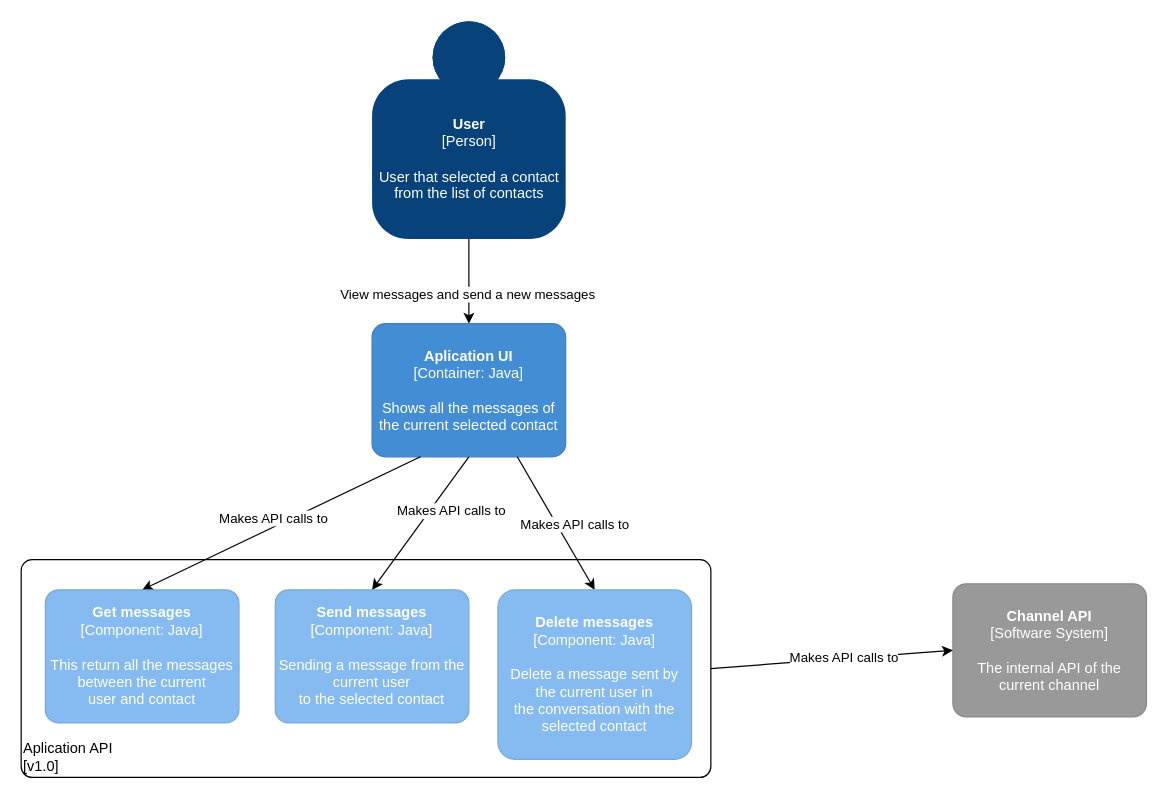
This is page "Component-Diagram" (3 of 3) of C4/C4-Messaging-Module.drawio from HristeaIonut/Morse-Diagrams, a draw.io file, before an edit. Source tidied: cells renumbered, new cells numbered last; positions are measured from the earlier drawing's top-left corner, leaving out a move shared by most shapes. Both pictures are drawn from the tidied source at 121%, with x=0, y=0 at pixel (21, 21).
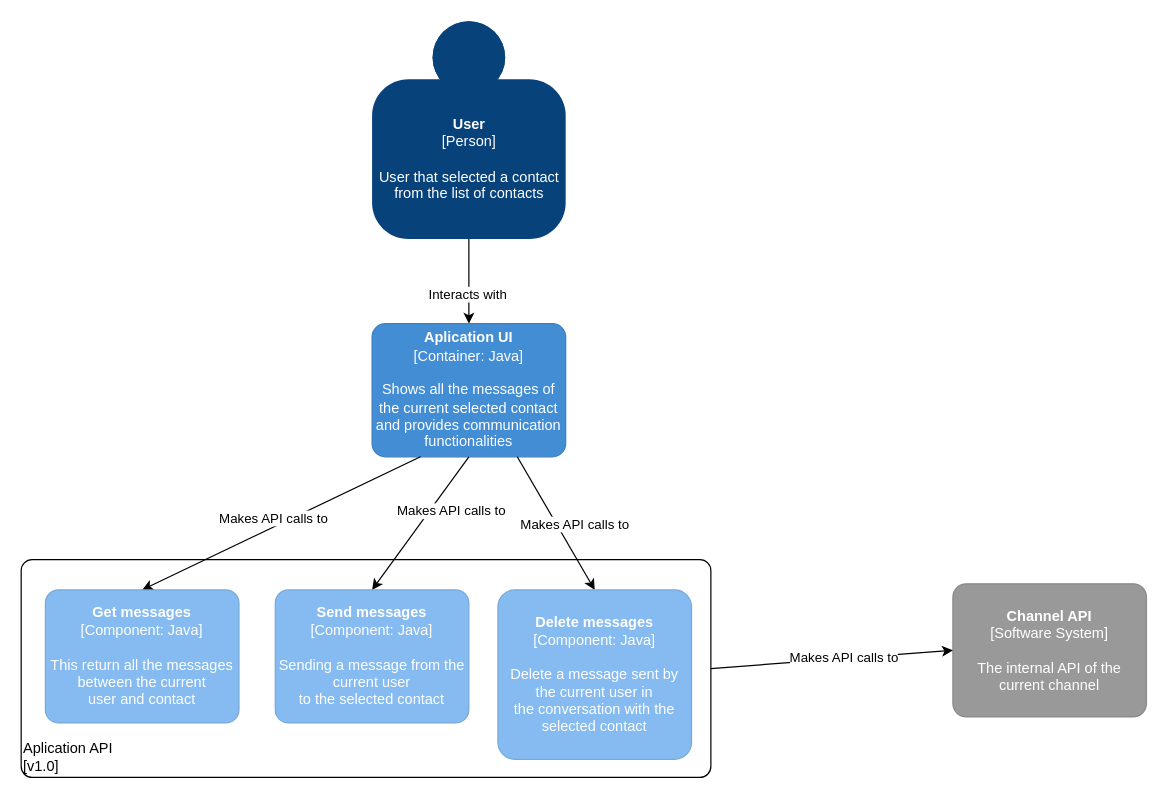
The same page after the edit.

Unchanged cells that the change refers to:
```xml
<mxCell id="3" style="endArrow=classic;html=1;entryX=0.5;entryY=0;entryDx=0;entryDy=0;entryPerimeter=0;exitX=0.5;exitY=1;exitDx=0;exitDy=0;exitPerimeter=0;" parent="1" edge="1" source="2" target="5">
  <mxGeometry relative="1" as="geometry" />
</mxCell>
```

The edit, as a diff of the source:
```diff
@@
-    <mxCell id="4" value="View messages and send a new messages" style="edgeLabel;html=1;align=center;verticalAlign=middle;" parent="3" vertex="1">
+    <mxCell id="4" value="Interacts with" style="edgeLabel;html=1;align=center;verticalAlign=middle;" parent="3" vertex="1">
       <mxGeometry x="0.28" y="-2" relative="1" as="geometry" />
     </mxCell>
-    <object id="5" label="&lt;b&gt;%c4Name%&lt;/b&gt;&lt;div&gt;[%c4Type%: %c4Technology%]&lt;/div&gt;&lt;br&gt;&lt;div&gt;%c4Description%&lt;/div&gt;" c4Description="Shows all the messages of the current selected contact" c4Name="Aplication UI" c4Technology="Java" c4Type="Container" placeholders="1">
+    <object id="5" label="&lt;b&gt;%c4Name%&lt;/b&gt;&lt;div&gt;[%c4Type%: %c4Technology%]&lt;/div&gt;&lt;br&gt;&lt;div&gt;%c4Description%&lt;/div&gt;" c4Description="Shows all the messages of the current selected contact and provides communication functionalities" c4Name="Aplication UI" c4Technology="Java" c4Type="Container" placeholders="1">
       <mxCell style="rounded=1;whiteSpace=wrap;html=1;labelBackgroundColor=none;fillColor=#438DD5;fontColor=#ffffff;align=center;arcSize=10;strokeColor=#3C7FC0;metaData={&quot;c4Type&quot;:{&quot;editable&quot;:false}};points=[[0.25,0,0],[0.5,0,0],[0.75,0,0],[1,0.25,0],[1,0.5,0],[1,0.75,0],[0.75,1,0],[0.5,1,0],[0.25,1,0],[0,0.75,0],[0,0.5,0],[0,0.25,0]];" parent="1" vertex="1">
         <mxGeometry x="290" y="250" width="160" height="110" as="geometry" />
       </mxCell>
     </object>
```
